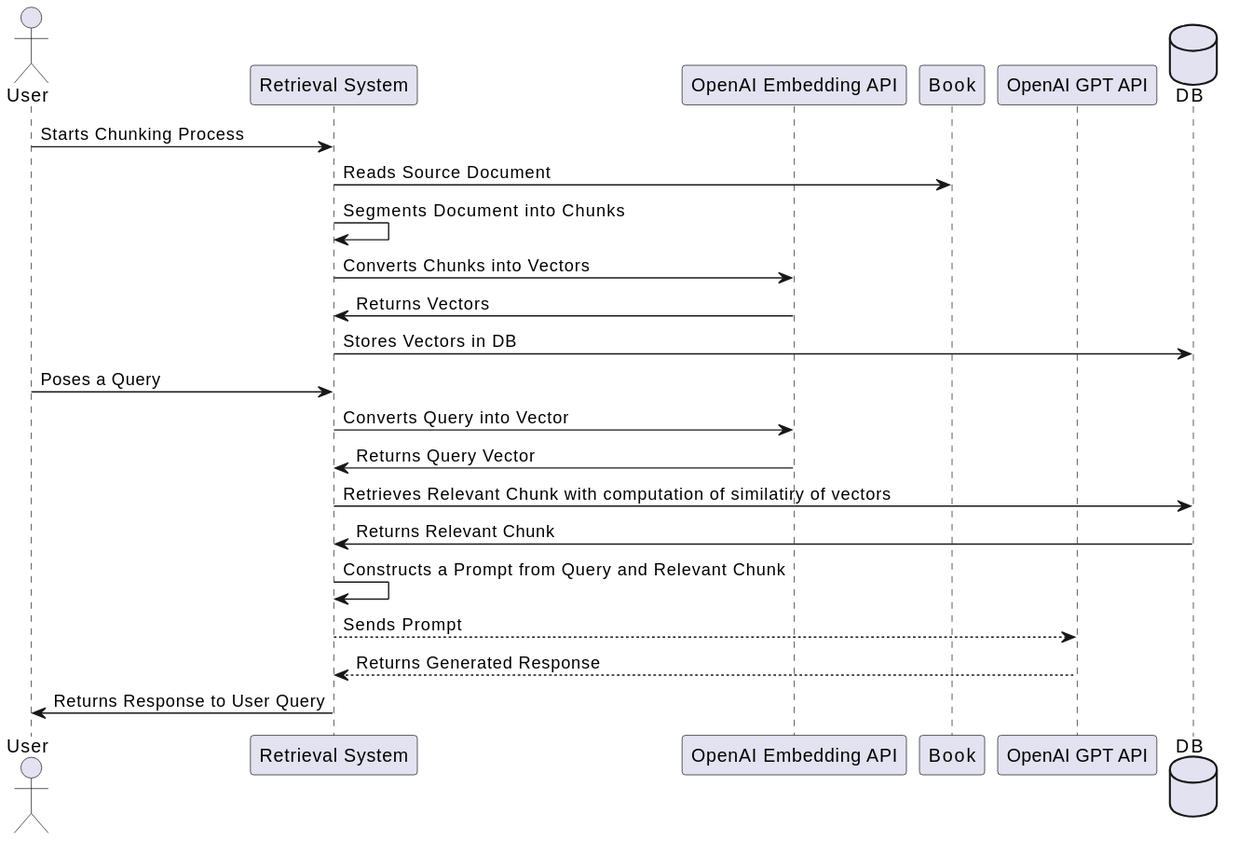
Earlier version of the PlantUML export content/assets/rag/sequence.svg (owulveryck/owulveryck.github.io).
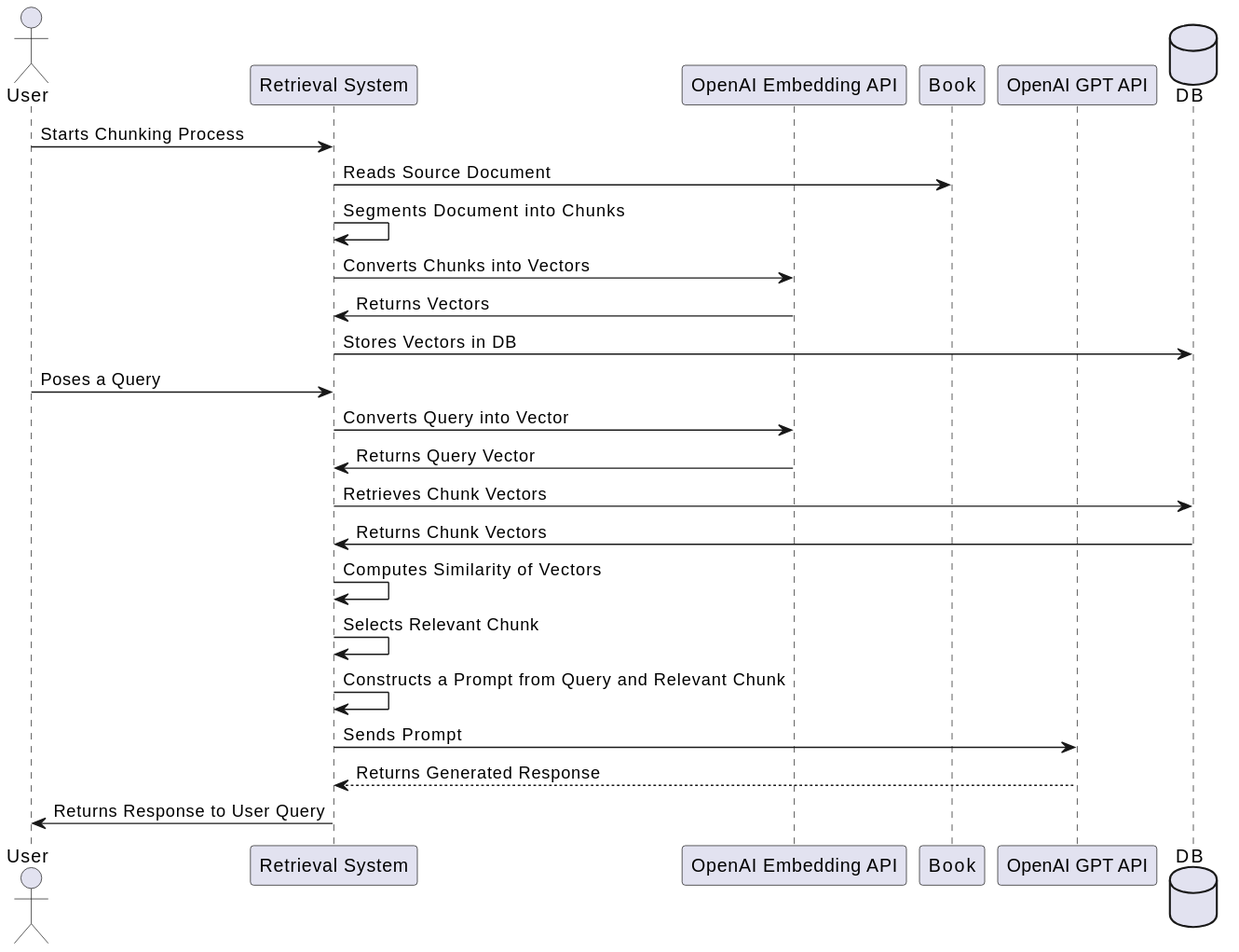
The same file after the commit.

Change to the diagram source:
```diff
@@ -16,10 +16,12 @@
 User -> RS :Poses a Query
 RS -> Embedding :Converts Query into Vector
 Embedding -> RS: Returns Query Vector
-RS -> DB :Retrieves Relevant Chunk with computation of similatiry of vectors
-DB -> RS: Returns Relevant Chunk
+RS -> DB :Retrieves Chunk Vectors
+DB -> RS: Returns Chunk Vectors
+RS -> RS: Computes Similarity of Vectors
+RS -> RS: Selects Relevant Chunk
 RS -> RS: Constructs a Prompt from Query and Relevant Chunk
-RS --> GPT : Sends Prompt
+RS -> GPT : Sends Prompt
 GPT --> RS: Returns Generated Response
 RS -> User : Returns Response to User Query
 @enduml
```
